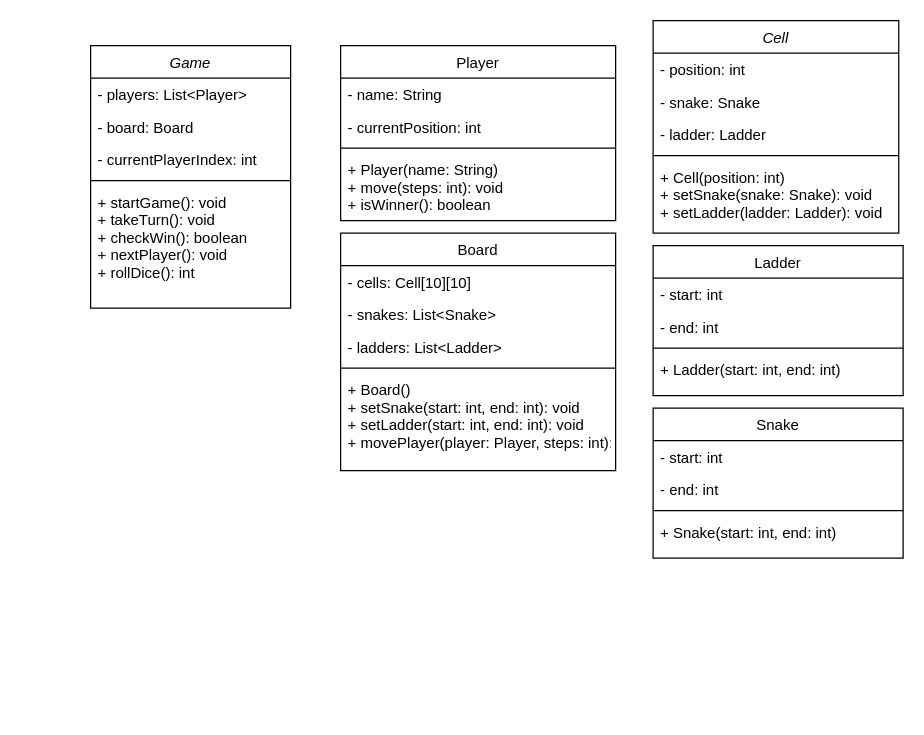
Earlier version of the draw.io diagram Untitled Diagram.drawio (geeky-sanjay/Schema). Source tidied: cells renumbered, new cells numbered last; positions are measured from the earlier drawing's top-left corner, leaving out a move shared by most shapes. Both pictures are drawn from the tidied source at 125%, with x=0, y=0 at pixel (90, 20).
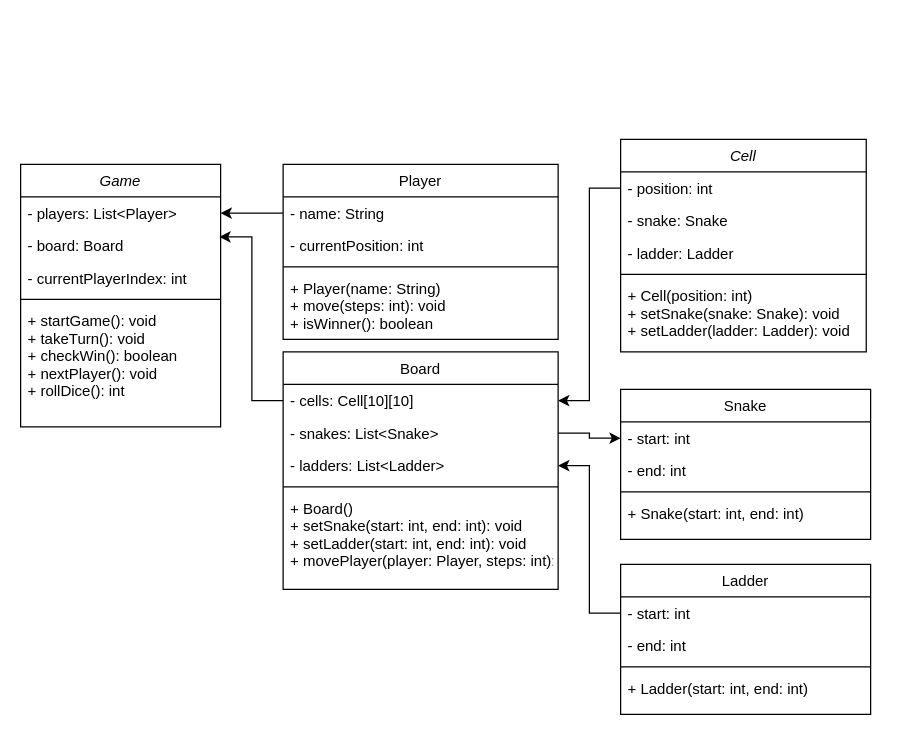
The same page after the edit.

The change refers to these unchanged cells:
```xml
<mxCell id="3" value="- players: List&lt;Player&gt;" style="text;align=left;verticalAlign=top;spacingLeft=4;spacingRight=4;overflow=hidden;points=[[0,0.5],[1,0.5]];portConstraint=eastwest;" parent="2" vertex="1">
  <mxGeometry y="26" width="160" height="26" as="geometry" />
</mxCell>
<mxCell id="4" value="- board: Board" style="text;align=left;verticalAlign=top;spacingLeft=4;spacingRight=4;overflow=hidden;points=[[0,0.5],[1,0.5]];portConstraint=eastwest;rounded=0;shadow=0;html=0;" parent="2" vertex="1">
  <mxGeometry y="52" width="160" height="26" as="geometry" />
</mxCell>
<mxCell id="9" value="- name: String" style="text;align=left;verticalAlign=top;spacingLeft=4;spacingRight=4;overflow=hidden;points=[[0,0.5],[1,0.5]];portConstraint=eastwest;" parent="8" vertex="1">
  <mxGeometry y="26" width="220" height="26" as="geometry" />
</mxCell>
<mxCell id="14" value="- cells: Cell[10][10]" style="text;align=left;verticalAlign=top;spacingLeft=4;spacingRight=4;overflow=hidden;points=[[0,0.5],[1,0.5]];portConstraint=eastwest;" parent="13" vertex="1">
  <mxGeometry y="26" width="220" height="26" as="geometry" />
</mxCell>
<mxCell id="15" value="- snakes: List&lt;Snake&gt;" style="text;align=left;verticalAlign=top;spacingLeft=4;spacingRight=4;overflow=hidden;points=[[0,0.5],[1,0.5]];portConstraint=eastwest;rounded=0;shadow=0;html=0;" parent="13" vertex="1">
  <mxGeometry y="52" width="220" height="26" as="geometry" />
</mxCell>
<mxCell id="16" value="- ladders: List&lt;Ladder&gt;" style="text;align=left;verticalAlign=top;spacingLeft=4;spacingRight=4;overflow=hidden;points=[[0,0.5],[1,0.5]];portConstraint=eastwest;rounded=0;shadow=0;html=0;" parent="13" vertex="1">
  <mxGeometry y="78" width="220" height="26" as="geometry" />
</mxCell>
<mxCell id="20" value="- position: int" style="text;align=left;verticalAlign=top;spacingLeft=4;spacingRight=4;overflow=hidden;points=[[0,0.5],[1,0.5]];portConstraint=eastwest;" parent="19" vertex="1">
  <mxGeometry y="26" width="196.5" height="26" as="geometry" />
</mxCell>
<mxCell id="26" value="- start: int" style="text;align=left;verticalAlign=top;spacingLeft=4;spacingRight=4;overflow=hidden;points=[[0,0.5],[1,0.5]];portConstraint=eastwest;" parent="25" vertex="1">
  <mxGeometry y="26" width="200" height="26" as="geometry" />
</mxCell>
<mxCell id="31" value="- start: int" style="text;align=left;verticalAlign=top;spacingLeft=4;spacingRight=4;overflow=hidden;points=[[0,0.5],[1,0.5]];portConstraint=eastwest;" parent="30" vertex="1">
  <mxGeometry y="26" width="200" height="26" as="geometry" />
</mxCell>
```

Diff of the diagram source:
```diff
@@
     <mxCell id="2" value="Game" style="swimlane;fontStyle=2;align=center;verticalAlign=top;horizontal=1;startSize=26;rounded=0;shadow=0;strokeWidth=1;" parent="1" vertex="1">
-      <mxGeometry y="20" width="160" height="210" as="geometry" />
+      <mxGeometry x="-56" y="115" width="160" height="210" as="geometry" />
     </mxCell>
@@
     <mxCell id="8" value="Player" style="swimlane;fontStyle=0;align=center;verticalAlign=top;horizontal=1;startSize=26;rounded=0;shadow=0;strokeWidth=1;" parent="1" vertex="1">
-      <mxGeometry x="200" y="20" width="220" height="140" as="geometry" />
+      <mxGeometry x="154" y="115" width="220" height="140" as="geometry" />
     </mxCell>
@@
     <mxCell id="13" value="Board" style="swimlane;fontStyle=0;align=center;verticalAlign=top;horizontal=1;startSize=26;rounded=0;shadow=0;strokeWidth=1;" parent="1" vertex="1">
-      <mxGeometry x="200" y="170" width="220" height="190" as="geometry" />
+      <mxGeometry x="154" y="265" width="220" height="190" as="geometry" />
     </mxCell>
@@
     <mxCell id="19" value="Cell" style="swimlane;fontStyle=2;align=center;verticalAlign=top;horizontal=1;startSize=26;rounded=0;shadow=0;strokeWidth=1;" parent="1" vertex="1">
-      <mxGeometry x="450" width="196.5" height="170" as="geometry" />
+      <mxGeometry x="424" y="95" width="196.5" height="170" as="geometry" />
     </mxCell>
@@
     <mxCell id="25" value="Snake" style="swimlane;fontStyle=0;align=center;verticalAlign=top;horizontal=1;startSize=26;rounded=0;shadow=0;strokeWidth=1;" parent="1" vertex="1">
-      <mxGeometry x="450" y="310" width="200" height="120" as="geometry" />
+      <mxGeometry x="424" y="295" width="200" height="120" as="geometry" />
     </mxCell>
@@
     <mxCell id="30" value="Ladder" style="swimlane;fontStyle=0;align=center;verticalAlign=top;horizontal=1;startSize=26;rounded=0;shadow=0;strokeWidth=1;" parent="1" vertex="1">
-      <mxGeometry x="450" y="180" width="200" height="120" as="geometry" />
+      <mxGeometry x="424" y="435" width="200" height="120" as="geometry" />
     </mxCell>
@@
+    <mxCell id="35" style="edgeStyle=orthogonalEdgeStyle;rounded=0;jettySize=auto;html=1;entryX=1;entryY=0.5;entryDx=0;entryDy=0;" parent="1" edge="1" source="9" target="3">
+      <mxGeometry relative="1" as="geometry" />
+    </mxCell>
+    <mxCell id="36" style="edgeStyle=orthogonalEdgeStyle;rounded=0;jettySize=auto;html=1;exitX=0;exitY=0.5;exitDx=0;exitDy=0;entryX=0.994;entryY=0.231;entryDx=0;entryDy=0;entryPerimeter=0;" parent="1" edge="1" source="14" target="4">
+      <mxGeometry relative="1" as="geometry" />
+    </mxCell>
+    <mxCell id="37" style="edgeStyle=orthogonalEdgeStyle;rounded=0;jettySize=auto;html=1;exitX=0;exitY=0.5;exitDx=0;exitDy=0;entryX=1;entryY=0.5;entryDx=0;entryDy=0;" parent="1" edge="1" source="20" target="14">
+      <mxGeometry relative="1" as="geometry" />
+    </mxCell>
+    <mxCell id="38" style="edgeStyle=orthogonalEdgeStyle;rounded=0;jettySize=auto;html=1;exitX=1;exitY=0.5;exitDx=0;exitDy=0;" parent="1" edge="1" source="15" target="26">
+      <mxGeometry relative="1" as="geometry" />
+    </mxCell>
+    <mxCell id="39" style="edgeStyle=orthogonalEdgeStyle;rounded=0;jettySize=auto;html=1;exitX=0;exitY=0.5;exitDx=0;exitDy=0;entryX=1;entryY=0.5;entryDx=0;entryDy=0;" parent="1" edge="1" source="31" target="16">
+      <mxGeometry relative="1" as="geometry" />
+    </mxCell>
```
